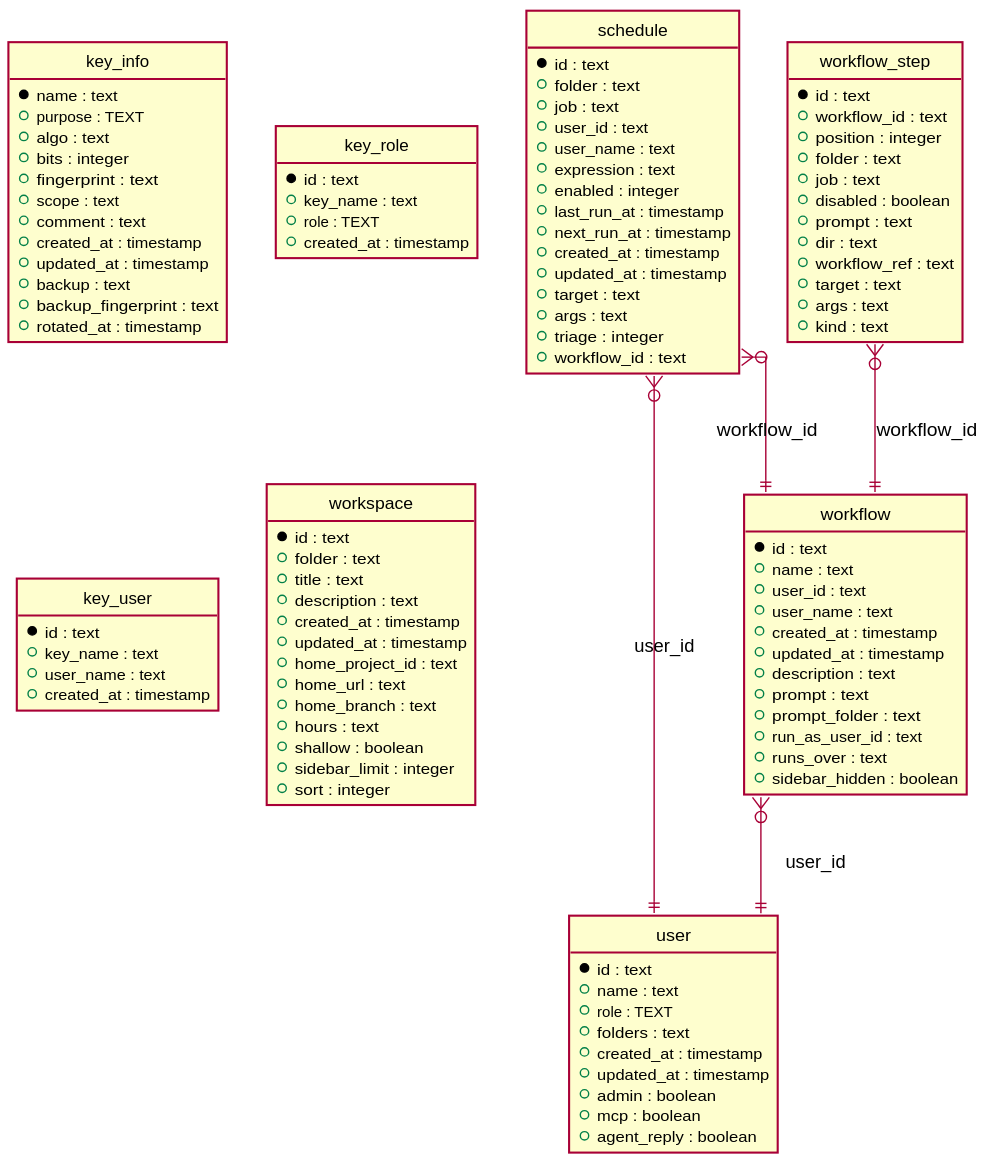
This is phpfront/app/modules/schedules/schema.svg from titpetric/task-ui, a PlantUML export, as it was before one commit. The source it was exported from:
```plantuml
@startuml
hide circle
hide empty members
skinparam linetype ortho
skinparam shadowing false
skinparam backgroundColor transparent
entity "key_info" {
  * name : text
  + purpose : TEXT
  + algo : text
  + bits : integer
  + fingerprint : text
  + scope : text
  + comment : text
  + created_at : timestamp
  + updated_at : timestamp
  + backup : text
  + backup_fingerprint : text
  + rotated_at : timestamp
}

entity "key_role" {
  * id : text
  + key_name : text
  + role : TEXT
  + created_at : timestamp
}

entity "key_user" {
  * id : text
  + key_name : text
  + user_name : text
  + created_at : timestamp
}

entity "schedule" {
  * id : text
  + folder : text
  + job : text
  + user_id : text
  + user_name : text
  + expression : text
  + enabled : integer
  + last_run_at : timestamp
  + next_run_at : timestamp
  + created_at : timestamp
  + updated_at : timestamp
  + target : text
  + args : text
  + triage : integer
  + workflow_id : text
}

entity "user" {
  * id : text
  + name : text
  + role : TEXT
  + folders : text
  + created_at : timestamp
  + updated_at : timestamp
  + admin : boolean
  + mcp : boolean
  + agent_reply : boolean
}

entity "workflow" {
  * id : text
  + name : text
  + user_id : text
  + user_name : text
  + created_at : timestamp
  + updated_at : timestamp
  + description : text
  + prompt : text
  + prompt_folder : text
  + run_as_user_id : text
  + runs_over : text
  + sidebar_hidden : boolean
}

entity "workflow_step" {
  * id : text
  + workflow_id : text
  + position : integer
  + folder : text
  + job : text
  + disabled : boolean
  + prompt : text
  + dir : text
  + workflow_ref : text
  + target : text
  + args : text
  + kind : text
}

entity "workspace" {
  * id : text
  + folder : text
  + title : text
  + description : text
  + created_at : timestamp
  + updated_at : timestamp
  + home_project_id : text
  + home_url : text
  + home_branch : text
  + hours : text
  + shallow : boolean
  + sidebar_limit : integer
  + sort : integer
}

schedule }o--|| user : user_id
schedule }o--|| workflow : workflow_id
workflow }o--|| user : user_id
workflow_step }o--|| workflow : workflow_id
@enduml
```
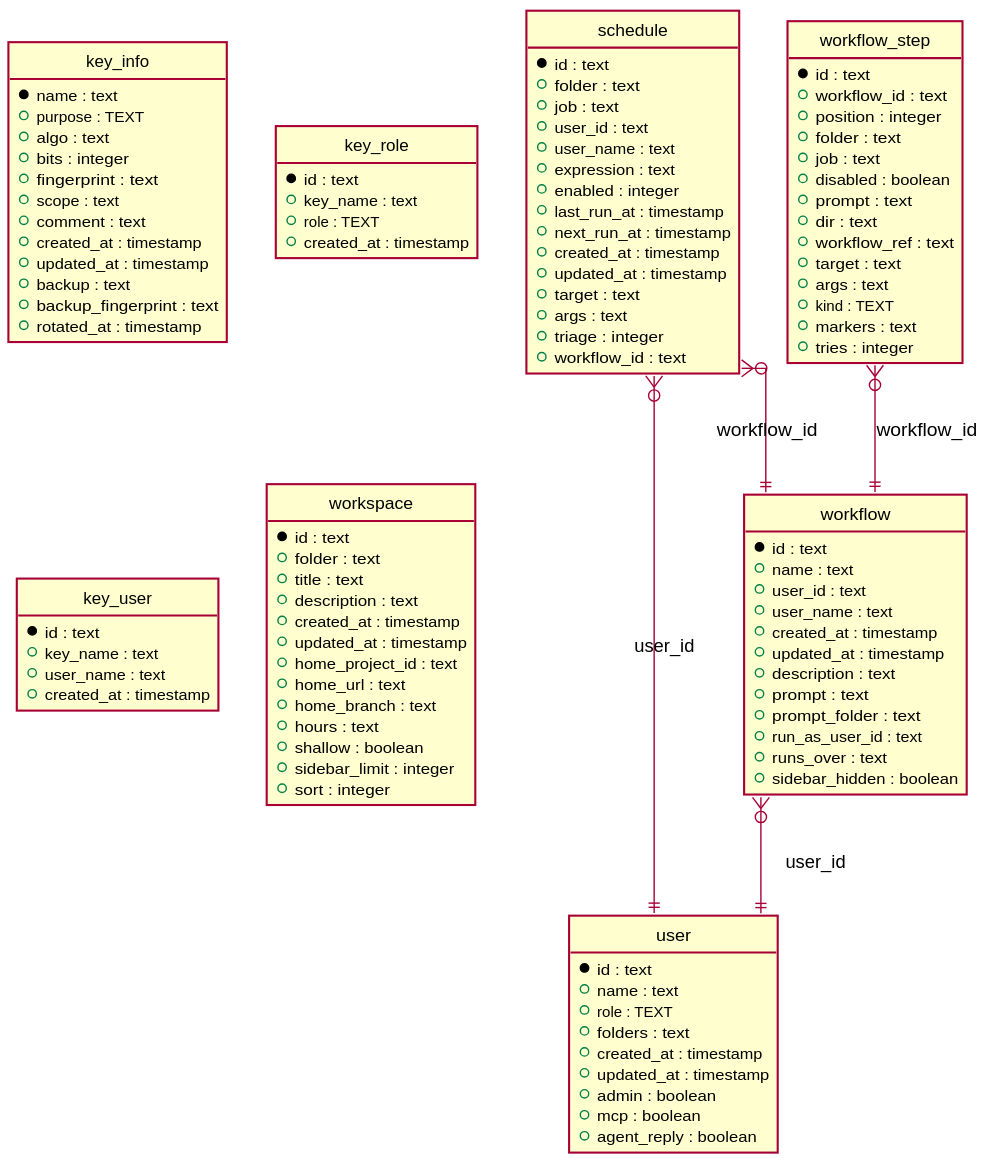
The same file after the commit.

The edit, as a diff of the source:
```diff
@@ -90,7 +90,9 @@
   + workflow_ref : text
   + target : text
   + args : text
-  + kind : text
+  + kind : TEXT
+  + markers : text
+  + tries : integer
 }
 
 entity "workspace" {
```
